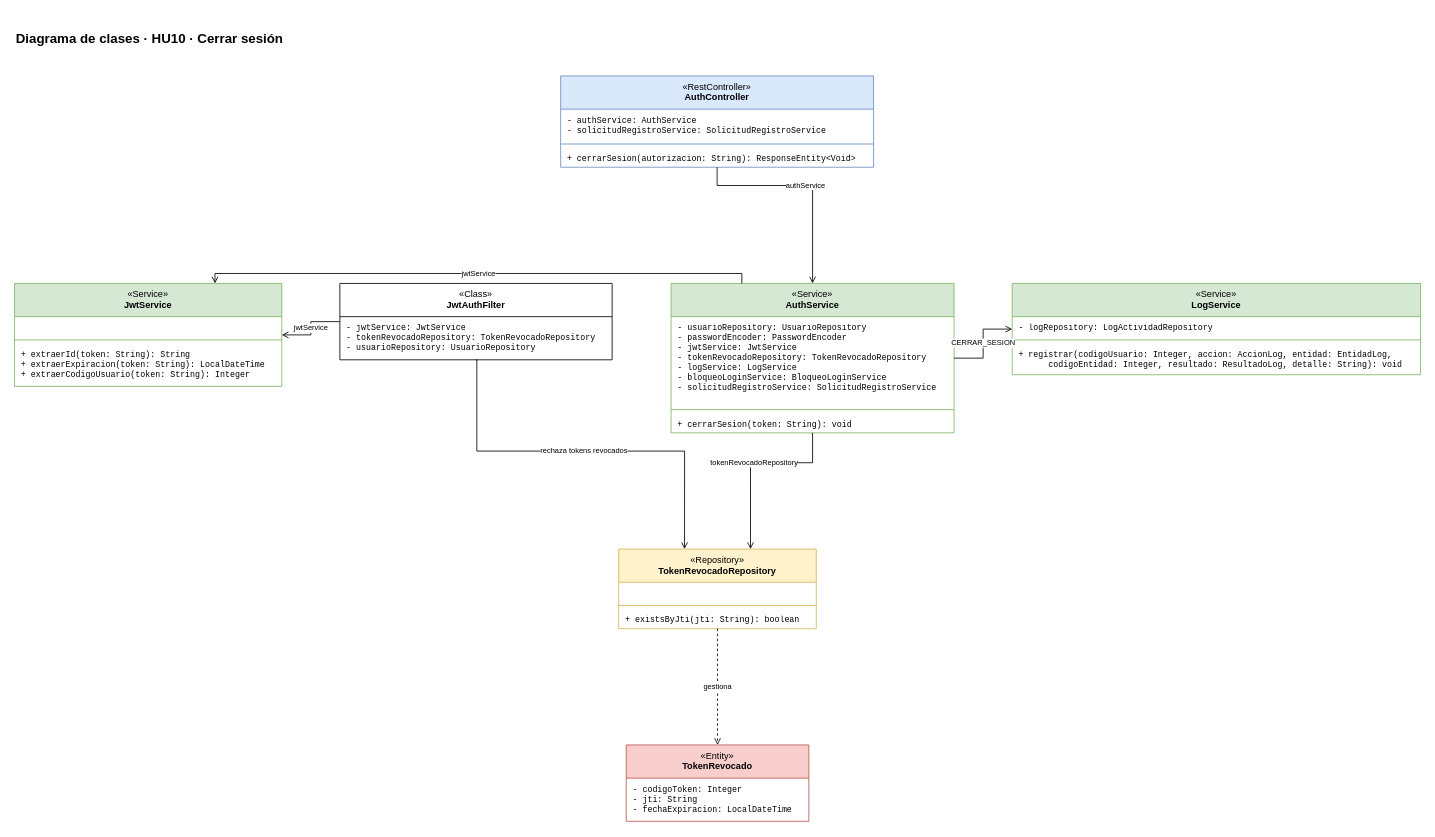
Above: docs/Diagramas/Clases/HU10_clases.drawio in FelipeBeltranING/metamorfosis (draw.io), before the change. Source tidied: cells renumbered, new cells numbered last; positions are measured from the earlier drawing's top-left corner, leaving out a move shared by most shapes. Both pictures are drawn from the tidied source at 83%, with x=0, y=0 at pixel (14, 26).
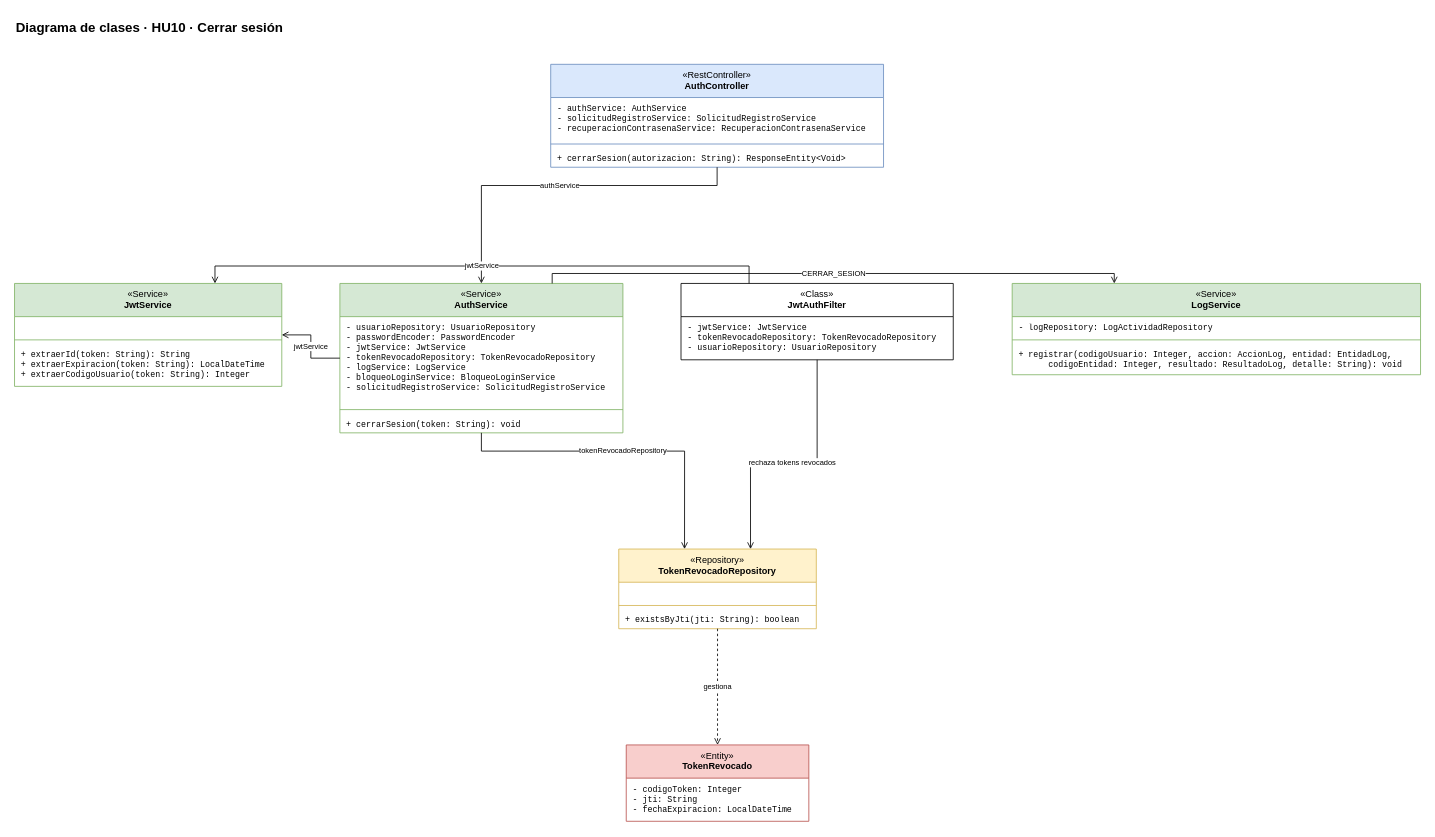
After the change.

Commit message (it also covers changes not shown here):
docs(diagramas): clases de HU8, HU9 y HU10 al día con el código

AuthController ahora también tiene RecuperacionContrasenaService (HU33); al regenerar, los
diagramas de clases de esas HU muestran la dependencia nueva.

The change refers to these unchanged cells:
```xml
<mxCell id="7" value="«Service»&lt;br&gt;&lt;b&gt;JwtService&lt;/b&gt;" style="swimlane;fontStyle=0;align=center;verticalAlign=top;horizontal=1;startSize=40;html=1;whiteSpace=wrap;fillColor=#d5e8d4;strokeColor=#82b366;fontSize=11;" parent="1" vertex="1">
  <mxGeometry y="310" width="322" height="124" as="geometry" />
</mxCell>
<mxCell id="17" value="«Service»&lt;br&gt;&lt;b&gt;LogService&lt;/b&gt;" style="swimlane;fontStyle=0;align=center;verticalAlign=top;horizontal=1;startSize=40;html=1;whiteSpace=wrap;fillColor=#d5e8d4;strokeColor=#82b366;fontSize=11;" parent="1" vertex="1">
  <mxGeometry x="1202" y="310" width="492" height="110" as="geometry" />
</mxCell>
<mxCell id="21" value="«Repository»&lt;br&gt;&lt;b&gt;TokenRevocadoRepository&lt;/b&gt;" style="swimlane;fontStyle=0;align=center;verticalAlign=top;horizontal=1;startSize=40;html=1;whiteSpace=wrap;fillColor=#fff2cc;strokeColor=#d6b656;fontSize=11;" parent="1" vertex="1">
  <mxGeometry x="728" y="630" width="238" height="96" as="geometry" />
</mxCell>
```

Change to the diagram source:
```diff
@@
     <mxCell id="2" value="&lt;b&gt;Diagrama de clases · HU10 · Cerrar sesión&lt;/b&gt;" style="text;html=1;align=left;verticalAlign=middle;fontSize=16;" parent="1" vertex="1">
-      <mxGeometry width="1693" height="30" as="geometry" />
+      <mxGeometry y="-14" width="1693" height="30" as="geometry" />
     </mxCell>
     <mxCell id="3" value="«RestController»&lt;br&gt;&lt;b&gt;AuthController&lt;/b&gt;" style="swimlane;fontStyle=0;align=center;verticalAlign=top;horizontal=1;startSize=40;html=1;whiteSpace=wrap;fillColor=#dae8fc;strokeColor=#6c8ebf;fontSize=11;" parent="1" vertex="1">
-      <mxGeometry x="658" y="60" width="377" height="110" as="geometry" />
+      <mxGeometry x="646" y="46" width="401" height="124" as="geometry" />
     </mxCell>
-    <mxCell id="4" value="- authService: AuthService&lt;br&gt;- solicitudRegistroService: SolicitudRegistroService" style="text;strokeColor=none;fillColor=none;align=left;verticalAlign=top;spacingLeft=6;spacingRight=4;spacingTop=2;overflow=hidden;html=1;whiteSpace=nowrap;fontSize=10;fontFamily=Courier New;" parent="3" vertex="1">
-      <mxGeometry y="40" width="377" height="38" as="geometry" />
+    <mxCell id="4" value="- authService: AuthService&lt;br&gt;- solicitudRegistroService: SolicitudRegistroService&lt;br&gt;- recuperacionContrasenaService: RecuperacionContrasenaService" style="text;strokeColor=none;fillColor=none;align=left;verticalAlign=top;spacingLeft=6;spacingRight=4;spacingTop=2;overflow=hidden;html=1;whiteSpace=nowrap;fontSize=10;fontFamily=Courier New;" parent="3" vertex="1">
+      <mxGeometry y="40" width="401" height="52" as="geometry" />
     </mxCell>
     <mxCell id="5" style="line;strokeWidth=1;fillColor=none;align=left;verticalAlign=middle;spacingTop=-1;spacingLeft=3;spacingRight=3;labelPosition=right;strokeColor=inherit;" parent="3" vertex="1">
-      <mxGeometry y="78" width="377" height="8" as="geometry" />
+      <mxGeometry y="92" width="401" height="8" as="geometry" />
     </mxCell>
     <mxCell id="6" value="+ cerrarSesion(autorizacion: String): ResponseEntity&amp;lt;Void&amp;gt;" style="text;strokeColor=none;fillColor=none;align=left;verticalAlign=top;spacingLeft=6;spacingRight=4;spacingTop=2;overflow=hidden;html=1;whiteSpace=nowrap;fontSize=10;fontFamily=Courier New;" parent="3" vertex="1">
-      <mxGeometry y="86" width="377" height="24" as="geometry" />
+      <mxGeometry y="100" width="401" height="24" as="geometry" />
     </mxCell>
@@
-    <mxCell id="11" value="«Class»&lt;br&gt;&lt;b&gt;JwtAuthFilter&lt;/b&gt;" style="swimlane;fontStyle=0;align=center;verticalAlign=top;horizontal=1;startSize=40;html=1;whiteSpace=wrap;fillColor=#ffffff;strokeColor=#000000;fontSize=11;" parent="1" vertex="1">
-      <mxGeometry x="392" y="310" width="328" height="92" as="geometry" />
+    <mxCell id="11" value="«Service»&lt;br&gt;&lt;b&gt;AuthService&lt;/b&gt;" style="swimlane;fontStyle=0;align=center;verticalAlign=top;horizontal=1;startSize=40;html=1;whiteSpace=wrap;fillColor=#d5e8d4;strokeColor=#82b366;fontSize=11;" parent="1" vertex="1">
+      <mxGeometry x="392" y="310" width="341" height="180" as="geometry" />
     </mxCell>
-    <mxCell id="12" value="- jwtService: JwtService&lt;br&gt;- tokenRevocadoRepository: TokenRevocadoRepository&lt;br&gt;- usuarioRepository: UsuarioRepository" style="text;strokeColor=none;fillColor=none;align=left;verticalAlign=top;spacingLeft=6;spacingRight=4;spacingTop=2;overflow=hidden;html=1;whiteSpace=nowrap;fontSize=10;fontFamily=Courier New;" parent="11" vertex="1">
-      <mxGeometry y="40" width="328" height="52" as="geometry" />
+    <mxCell id="12" value="- usuarioRepository: UsuarioRepository&lt;br&gt;- passwordEncoder: PasswordEncoder&lt;br&gt;- jwtService: JwtService&lt;br&gt;- tokenRevocadoRepository: TokenRevocadoRepository&lt;br&gt;- logService: LogService&lt;br&gt;- bloqueoLoginService: BloqueoLoginService&lt;br&gt;- solicitudRegistroService: SolicitudRegistroService" style="text;strokeColor=none;fillColor=none;align=left;verticalAlign=top;spacingLeft=6;spacingRight=4;spacingTop=2;overflow=hidden;html=1;whiteSpace=nowrap;fontSize=10;fontFamily=Courier New;" parent="11" vertex="1">
+      <mxGeometry y="40" width="341" height="108" as="geometry" />
     </mxCell>
-    <mxCell id="13" value="«Service»&lt;br&gt;&lt;b&gt;AuthService&lt;/b&gt;" style="swimlane;fontStyle=0;align=center;verticalAlign=top;horizontal=1;startSize=40;html=1;whiteSpace=wrap;fillColor=#d5e8d4;strokeColor=#82b366;fontSize=11;" parent="1" vertex="1">
-      <mxGeometry x="791" y="310" width="341" height="180" as="geometry" />
+    <mxCell id="13" style="line;strokeWidth=1;fillColor=none;align=left;verticalAlign=middle;spacingTop=-1;spacingLeft=3;spacingRight=3;labelPosition=right;points=[];portConstraint=eastwest;strokeColor=inherit;" parent="11" vertex="1">
+      <mxGeometry y="148" width="341" height="8" as="geometry" />
     </mxCell>
-    <mxCell id="14" value="- usuarioRepository: UsuarioRepository&lt;br&gt;- passwordEncoder: PasswordEncoder&lt;br&gt;- jwtService: JwtService&lt;br&gt;- tokenRevocadoRepository: TokenRevocadoRepository&lt;br&gt;- logService: LogService&lt;br&gt;- bloqueoLoginService: BloqueoLoginService&lt;br&gt;- solicitudRegistroService: SolicitudRegistroService" style="text;strokeColor=none;fillColor=none;align=left;verticalAlign=top;spacingLeft=6;spacingRight=4;spacingTop=2;overflow=hidden;html=1;whiteSpace=nowrap;fontSize=10;fontFamily=Courier New;" parent="13" vertex="1">
-      <mxGeometry y="40" width="341" height="108" as="geometry" />
+    <mxCell id="14" value="+ cerrarSesion(token: String): void" style="text;strokeColor=none;fillColor=none;align=left;verticalAlign=top;spacingLeft=6;spacingRight=4;spacingTop=2;overflow=hidden;html=1;whiteSpace=nowrap;fontSize=10;fontFamily=Courier New;" parent="11" vertex="1">
+      <mxGeometry y="156" width="341" height="24" as="geometry" />
     </mxCell>
-    <mxCell id="15" style="line;strokeWidth=1;fillColor=none;align=left;verticalAlign=middle;spacingTop=-1;spacingLeft=3;spacingRight=3;labelPosition=right;points=[];portConstraint=eastwest;strokeColor=inherit;" parent="13" vertex="1">
-      <mxGeometry y="148" width="341" height="8" as="geometry" />
+    <mxCell id="15" value="«Class»&lt;br&gt;&lt;b&gt;JwtAuthFilter&lt;/b&gt;" style="swimlane;fontStyle=0;align=center;verticalAlign=top;horizontal=1;startSize=40;html=1;whiteSpace=wrap;fillColor=#ffffff;strokeColor=#000000;fontSize=11;" parent="1" vertex="1">
+      <mxGeometry x="803" y="310" width="328" height="92" as="geometry" />
     </mxCell>
-    <mxCell id="16" value="+ cerrarSesion(token: String): void" style="text;strokeColor=none;fillColor=none;align=left;verticalAlign=top;spacingLeft=6;spacingRight=4;spacingTop=2;overflow=hidden;html=1;whiteSpace=nowrap;fontSize=10;fontFamily=Courier New;" parent="13" vertex="1">
-      <mxGeometry y="156" width="341" height="24" as="geometry" />
+    <mxCell id="16" value="- jwtService: JwtService&lt;br&gt;- tokenRevocadoRepository: TokenRevocadoRepository&lt;br&gt;- usuarioRepository: UsuarioRepository" style="text;strokeColor=none;fillColor=none;align=left;verticalAlign=top;spacingLeft=6;spacingRight=4;spacingTop=2;overflow=hidden;html=1;whiteSpace=nowrap;fontSize=10;fontFamily=Courier New;" parent="15" vertex="1">
+      <mxGeometry y="40" width="328" height="52" as="geometry" />
     </mxCell>
@@
-    <mxCell id="27" value="authService" style="endArrow=open;endFill=0;html=1;rounded=0;edgeStyle=orthogonalEdgeStyle;fontSize=9;labelBackgroundColor=#ffffff;exitX=0.500;exitY=1;exitDx=0;exitDy=0;entryX=0.500;entryY=0;entryDx=0;entryDy=0;" parent="1" edge="1" source="3" target="13">
+    <mxCell id="27" value="authService" style="endArrow=open;endFill=0;html=1;rounded=0;edgeStyle=orthogonalEdgeStyle;fontSize=9;labelBackgroundColor=#ffffff;exitX=0.500;exitY=1;exitDx=0;exitDy=0;entryX=0.500;entryY=0;entryDx=0;entryDy=0;" parent="1" edge="1" source="3" target="11">
       <mxGeometry relative="1" as="geometry">
         <Array as="points">
           <mxPoint x="847" y="192" />
-          <mxPoint x="961" y="192" />
+          <mxPoint x="563" y="192" />
         </Array>
       </mxGeometry>
     </mxCell>
-    <mxCell id="28" value="jwtService" style="endArrow=open;endFill=0;html=1;rounded=0;edgeStyle=orthogonalEdgeStyle;fontSize=9;labelBackgroundColor=#ffffff;exitX=0.25;exitY=0;exitDx=0;exitDy=0;entryX=0.75;entryY=0;entryDx=0;entryDy=0;" parent="1" edge="1" source="13" target="7">
-      <mxGeometry relative="1" as="geometry">
-        <Array as="points">
-          <mxPoint x="876" y="298" />
-          <mxPoint x="242" y="298" />
-        </Array>
-      </mxGeometry>
+    <mxCell id="28" value="jwtService" style="endArrow=open;endFill=0;html=1;rounded=0;edgeStyle=orthogonalEdgeStyle;fontSize=9;labelBackgroundColor=#ffffff;exitX=0;exitY=0.5;exitDx=0;exitDy=0;entryX=1;entryY=0.5;entryDx=0;entryDy=0;" parent="1" edge="1" source="11" target="7">
+      <mxGeometry relative="1" as="geometry" />
     </mxCell>
-    <mxCell id="29" value="tokenRevocadoRepository" style="endArrow=open;endFill=0;html=1;rounded=0;edgeStyle=orthogonalEdgeStyle;fontSize=9;labelBackgroundColor=#ffffff;exitX=0.500;exitY=1;exitDx=0;exitDy=0;entryX=0.667;entryY=0;entryDx=0;entryDy=0;" parent="1" edge="1" source="13" target="21">
+    <mxCell id="29" value="tokenRevocadoRepository" style="endArrow=open;endFill=0;html=1;rounded=0;edgeStyle=orthogonalEdgeStyle;fontSize=9;labelBackgroundColor=#ffffff;exitX=0.500;exitY=1;exitDx=0;exitDy=0;entryX=0.333;entryY=0;entryDx=0;entryDy=0;" parent="1" edge="1" source="11" target="21">
       <mxGeometry relative="1" as="geometry">
         <Array as="points">
-          <mxPoint x="961" y="526" />
-          <mxPoint x="886" y="526" />
+          <mxPoint x="563" y="512" />
+          <mxPoint x="807" y="512" />
         </Array>
       </mxGeometry>
     </mxCell>
-    <mxCell id="30" value="CERRAR_SESION" style="endArrow=open;endFill=0;html=1;rounded=0;edgeStyle=orthogonalEdgeStyle;fontSize=9;labelBackgroundColor=#ffffff;exitX=1;exitY=0.5;exitDx=0;exitDy=0;entryX=0;entryY=0.5;entryDx=0;entryDy=0;" parent="1" edge="1" source="13" target="17">
-      <mxGeometry relative="1" as="geometry" />
+    <mxCell id="30" value="CERRAR_SESION" style="endArrow=open;endFill=0;html=1;rounded=0;edgeStyle=orthogonalEdgeStyle;fontSize=9;labelBackgroundColor=#ffffff;exitX=0.75;exitY=0;exitDx=0;exitDy=0;entryX=0.25;entryY=0;entryDx=0;entryDy=0;" parent="1" edge="1" source="11" target="17">
+      <mxGeometry relative="1" as="geometry">
+        <Array as="points">
+          <mxPoint x="648" y="298" />
+          <mxPoint x="1325" y="298" />
+        </Array>
+      </mxGeometry>
     </mxCell>
@@
-    <mxCell id="32" value="rechaza tokens revocados" style="endArrow=open;endFill=0;html=1;rounded=0;edgeStyle=orthogonalEdgeStyle;fontSize=9;labelBackgroundColor=#ffffff;exitX=0.500;exitY=1;exitDx=0;exitDy=0;entryX=0.333;entryY=0;entryDx=0;entryDy=0;" parent="1" edge="1" source="11" target="21">
+    <mxCell id="32" value="rechaza tokens revocados" style="endArrow=open;endFill=0;html=1;rounded=0;edgeStyle=orthogonalEdgeStyle;fontSize=9;labelBackgroundColor=#ffffff;exitX=0.500;exitY=1;exitDx=0;exitDy=0;entryX=0.667;entryY=0;entryDx=0;entryDy=0;" parent="1" edge="1" source="15" target="21">
       <mxGeometry relative="1" as="geometry">
         <Array as="points">
-          <mxPoint x="557" y="512" />
-          <mxPoint x="807" y="512" />
+          <mxPoint x="967" y="526" />
+          <mxPoint x="886" y="526" />
         </Array>
       </mxGeometry>
     </mxCell>
-    <mxCell id="33" value="jwtService" style="endArrow=open;endFill=0;html=1;rounded=0;edgeStyle=orthogonalEdgeStyle;fontSize=9;labelBackgroundColor=#ffffff;exitX=0;exitY=0.5;exitDx=0;exitDy=0;entryX=1;entryY=0.5;entryDx=0;entryDy=0;" parent="1" edge="1" source="11" target="7">
-      <mxGeometry relative="1" as="geometry" />
+    <mxCell id="33" value="jwtService" style="endArrow=open;endFill=0;html=1;rounded=0;edgeStyle=orthogonalEdgeStyle;fontSize=9;labelBackgroundColor=#ffffff;exitX=0.25;exitY=0;exitDx=0;exitDy=0;entryX=0.75;entryY=0;entryDx=0;entryDy=0;" parent="1" edge="1" source="15" target="7">
+      <mxGeometry relative="1" as="geometry">
+        <Array as="points">
+          <mxPoint x="885" y="289" />
+          <mxPoint x="242" y="289" />
+        </Array>
+      </mxGeometry>
     </mxCell>
```
